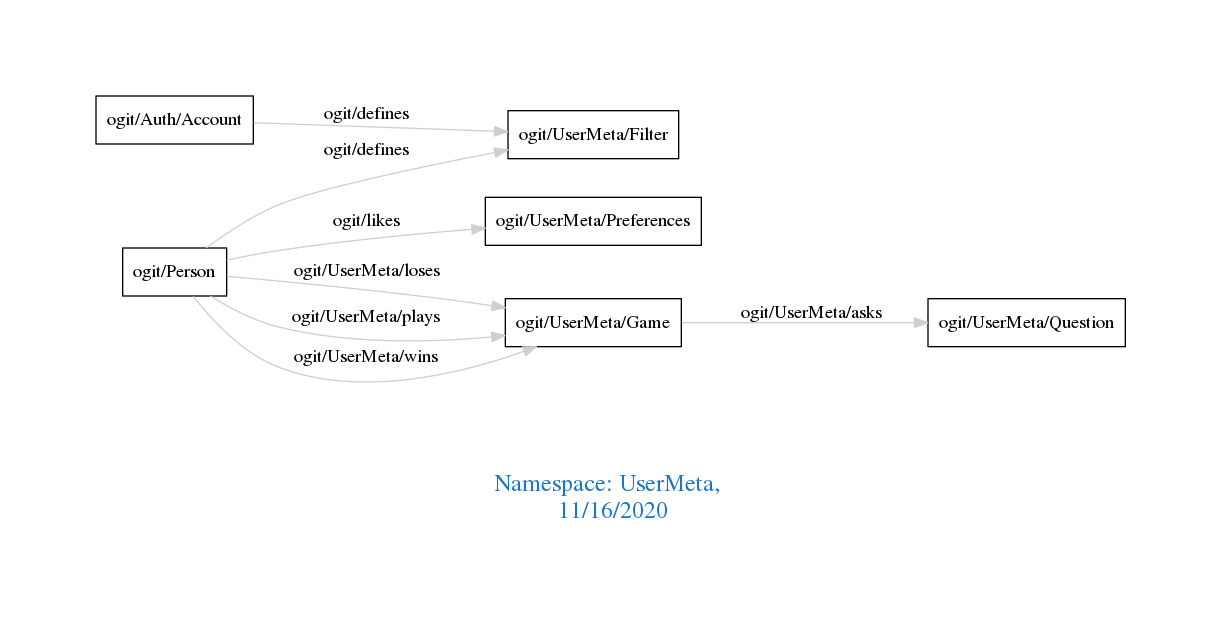
Before: downloads/UserMeta.png, a diagram exported from Graphviz (arago/OGIT). Its source is kept beside it as downloads/UserMeta.dot.
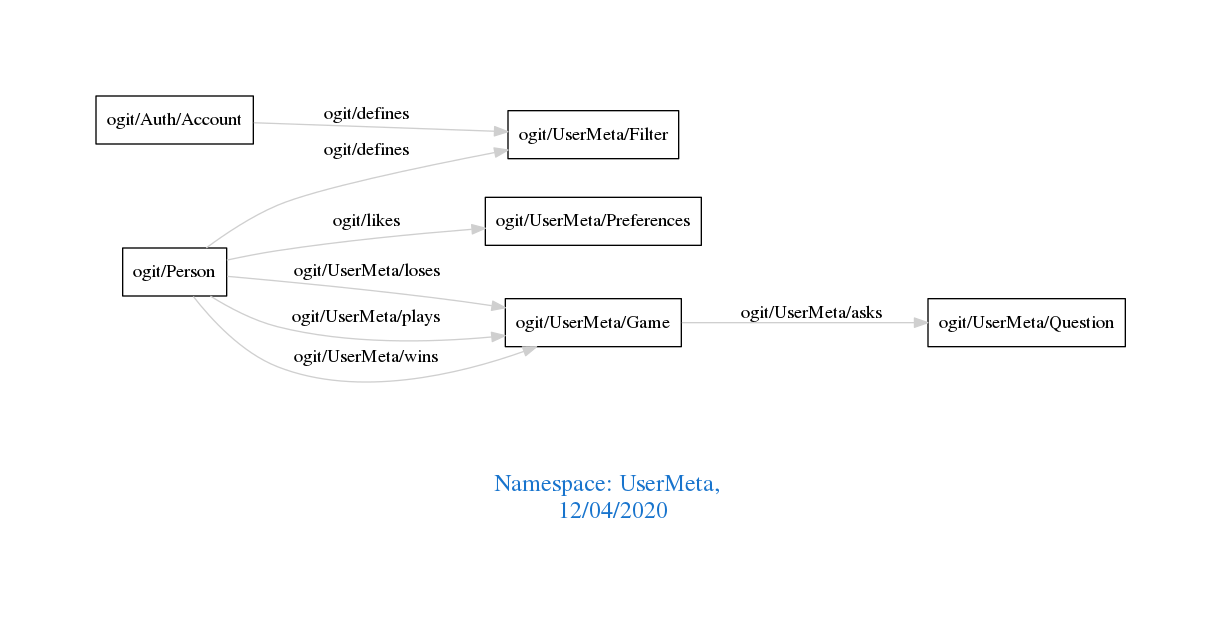
After the change.

What changed in the source:
```diff
@@ -1,7 +1,7 @@
 digraph OGIT_ontology {
  graph [ rankdir= LR,pad=1
 fontsize = 18,
-fontcolor= dodgerblue3,label = "\n\n\nNamespace: UserMeta, \n 11/16/2020"];
+fontcolor= dodgerblue3,label = "\n\n\nNamespace: UserMeta, \n 12/04/2020"];
 node[shape=polygon];
 edge [  color="gray81"];
 
```
